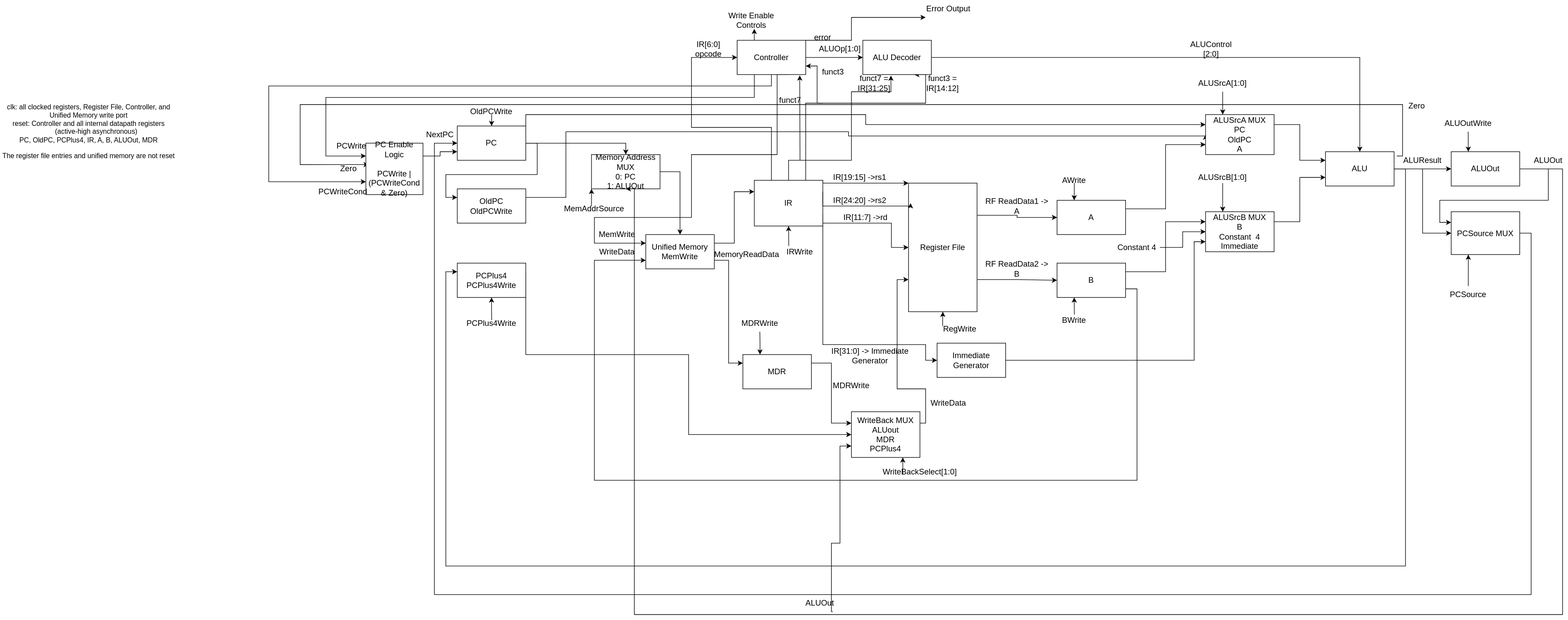
The draw.io diagram docs/diagrams/opencorex-datapath.svg in Rkycodes/OpenCoreX, before a commit. Source tidied: cells renumbered, new cells last; positions are measured from the earlier drawing's top-left corner, leaving out a move shared by most shapes.
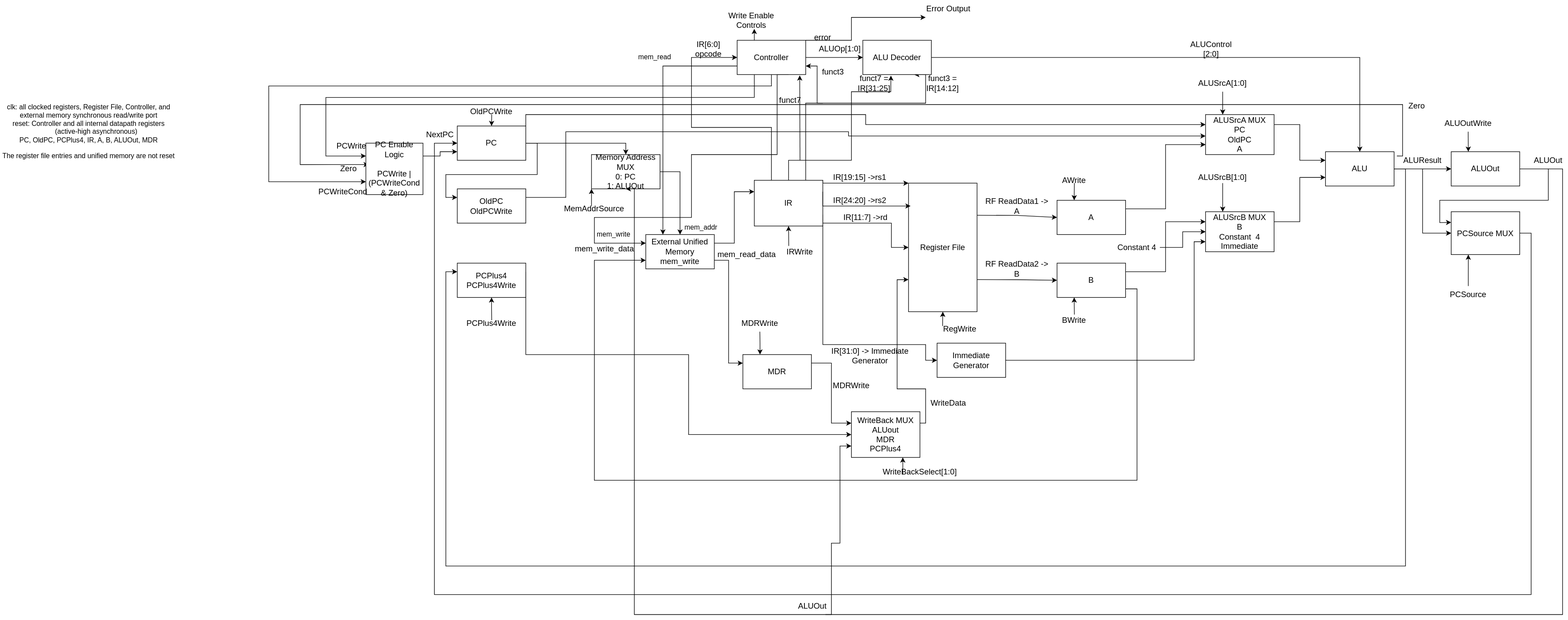
Later version of the same file.

What changed in the source:
```diff
@@ -77,7 +77,7 @@
     <mxCell id="19" style="edgeStyle=orthogonalEdgeStyle;rounded=0;jettySize=auto;html=1;entryX=0;entryY=0.25;entryDx=0;entryDy=0;exitX=1;exitY=0.75;exitDx=0;exitDy=0;fontSize=14;" parent="1" edge="1" source="20" target="30">
       <mxGeometry relative="1" as="geometry" />
     </mxCell>
-    <mxCell id="20" value="Unified Memory&lt;div&gt;MemWrite&lt;/div&gt;" style="rounded=0;whiteSpace=wrap;html=1;fontSize=14;" parent="1" vertex="1">
+    <mxCell id="20" value="External Unified Memory&lt;br&gt;&lt;div&gt;mem_write&lt;/div&gt;" style="rounded=0;whiteSpace=wrap;html=1;fontSize=14;" parent="1" vertex="1">
       <mxGeometry x="1130" y="410" width="120" height="60" as="geometry" />
     </mxCell>
     <mxCell id="21" style="edgeStyle=orthogonalEdgeStyle;rounded=0;jettySize=auto;html=1;exitX=1;exitY=0;exitDx=0;exitDy=0;entryX=0;entryY=0;entryDx=0;entryDy=0;fontSize=14;" parent="1" edge="1" source="27" target="34">
@@ -344,6 +344,13 @@
         </Array>
       </mxGeometry>
     </mxCell>
+    <mxCell id="123" style="edgeStyle=orthogonalEdgeStyle;rounded=0;jettySize=auto;html=1;exitX=0;exitY=0.75;exitDx=0;exitDy=0;entryX=0.25;entryY=0;entryDx=0;entryDy=0;" parent="1" edge="1" source="66" target="20">
+      <mxGeometry relative="1" as="geometry">
+        <Array as="points">
+          <mxPoint x="1160" y="115" />
+        </Array>
+      </mxGeometry>
+    </mxCell>
     <mxCell id="66" value="Controller" style="rounded=0;whiteSpace=wrap;html=1;fontSize=14;" parent="1" vertex="1">
       <mxGeometry x="1290" y="70" width="120" height="60" as="geometry" />
     </mxCell>
@@ -353,7 +360,7 @@
     <mxCell id="68" value="ALU Decoder" style="rounded=0;whiteSpace=wrap;html=1;fontSize=14;" parent="1" vertex="1">
       <mxGeometry x="1510" y="70" width="120" height="60" as="geometry" />
     </mxCell>
-    <mxCell id="69" value="MemoryReadData" style="text;html=1;whiteSpace=wrap;strokeColor=none;fillColor=none;align=center;verticalAlign=middle;rounded=0;fontSize=14;" parent="1" vertex="1">
+    <mxCell id="69" value="mem_read_data" style="text;html=1;whiteSpace=wrap;strokeColor=none;fillColor=none;align=center;verticalAlign=middle;rounded=0;fontSize=14;" parent="1" vertex="1">
       <mxGeometry x="1277" y="430" width="60" height="30" as="geometry" />
     </mxCell>
     <mxCell id="70" value="IR[19:15] -&amp;gt;rs1" style="text;html=1;whiteSpace=wrap;strokeColor=none;fillColor=none;align=center;verticalAlign=middle;rounded=0;fontSize=14;" parent="1" vertex="1">
@@ -436,13 +443,10 @@
       </mxGeometry>
     </mxCell>
     <mxCell id="91" value="ALUOut" style="text;html=1;whiteSpace=wrap;strokeColor=none;fillColor=none;align=center;verticalAlign=middle;rounded=0;fontSize=14;" parent="1" vertex="1">
-      <mxGeometry x="1390" y="1040" width="90" height="30" as="geometry" />
+      <mxGeometry x="1377" y="1045" width="90" height="30" as="geometry" />
     </mxCell>
-    <mxCell id="92" value="WriteData" style="text;html=1;whiteSpace=wrap;strokeColor=none;fillColor=none;align=center;verticalAlign=middle;rounded=0;fontSize=14;" parent="1" vertex="1">
-      <mxGeometry x="1050" y="425" width="60" height="30" as="geometry" />
-    </mxCell>
-    <mxCell id="93" value="MemWrite" style="text;html=1;whiteSpace=wrap;strokeColor=none;fillColor=none;align=center;verticalAlign=middle;rounded=0;fontSize=14;" parent="1" vertex="1">
-      <mxGeometry x="1050" y="395" width="60" height="30" as="geometry" />
+    <mxCell id="93" value="mem_write_data" style="text;html=1;whiteSpace=wrap;strokeColor=none;fillColor=none;align=center;verticalAlign=middle;rounded=0;fontSize=14;" parent="1" vertex="1">
+      <mxGeometry x="1028" y="420" width="60" height="30" as="geometry" />
     </mxCell>
     <mxCell id="94" value="&lt;br&gt;&lt;div&gt;MDRWrite&lt;/div&gt;" style="text;html=1;whiteSpace=wrap;strokeColor=none;fillColor=none;align=center;verticalAlign=middle;rounded=0;fontSize=14;" parent="1" vertex="1">
       <mxGeometry x="1460" y="650" width="60" height="30" as="geometry" />
@@ -543,8 +547,17 @@
     <mxCell id="121" value="error" style="text;html=1;whiteSpace=wrap;strokeColor=none;fillColor=none;align=center;verticalAlign=middle;rounded=0;fontSize=14;" parent="1" vertex="1">
       <mxGeometry x="1410" y="50" width="60" height="30" as="geometry" />
     </mxCell>
-    <mxCell id="122" value="&lt;div&gt;clk: all clocked registers, Register File, Controller, and Unified Memory write port&lt;/div&gt;&lt;div&gt;reset: Controller and all internal datapath registers&lt;/div&gt;&lt;div&gt;&amp;nbsp; &amp;nbsp; &amp;nbsp; &amp;nbsp; (active-high asynchronous)&lt;/div&gt;&lt;div&gt;PC, OldPC, PCPlus4, IR, A, B, ALUOut, MDR&lt;/div&gt;&lt;div&gt;&lt;br&gt;&lt;/div&gt;&lt;div&gt;The register file entries and unified memory are not reset&lt;/div&gt;" style="text;html=1;whiteSpace=wrap;strokeColor=none;fillColor=none;align=center;verticalAlign=middle;rounded=0;" parent="1" vertex="1">
+    <mxCell id="122" value="&lt;div&gt;clk: all clocked registers, Register File, Controller, and external memory synchronous read/write port&lt;/div&gt;&lt;div&gt;reset: Controller and all internal datapath registers&lt;/div&gt;&lt;div&gt;&amp;nbsp; &amp;nbsp; &amp;nbsp; &amp;nbsp; (active-high asynchronous)&lt;/div&gt;&lt;div&gt;PC, OldPC, PCPlus4, IR, A, B, ALUOut, MDR&lt;/div&gt;&lt;div&gt;&lt;br&gt;&lt;/div&gt;&lt;div&gt;The register file entries and unified memory are not reset&lt;/div&gt;" style="text;html=1;whiteSpace=wrap;strokeColor=none;fillColor=none;align=center;verticalAlign=middle;rounded=0;" parent="1" vertex="1">
       <mxGeometry y="170" width="310" height="120" as="geometry" />
     </mxCell>
+    <mxCell id="124" value="mem_addr" style="text;html=1;whiteSpace=wrap;strokeColor=none;fillColor=none;align=center;verticalAlign=middle;rounded=0;" parent="1" vertex="1">
+      <mxGeometry x="1197" y="383" width="60" height="30" as="geometry" />
+    </mxCell>
+    <mxCell id="125" value="mem_read" style="text;html=1;whiteSpace=wrap;strokeColor=none;fillColor=none;align=center;verticalAlign=middle;rounded=0;" parent="1" vertex="1">
+      <mxGeometry x="1116" y="85" width="60" height="30" as="geometry" />
+    </mxCell>
+    <mxCell id="126" value="mem_write" style="text;html=1;whiteSpace=wrap;strokeColor=none;fillColor=none;align=center;verticalAlign=middle;rounded=0;" parent="1" vertex="1">
+      <mxGeometry x="1044" y="395" width="60" height="30" as="geometry" />
+    </mxCell>
   </root>
 </mxGraphModel>
```
